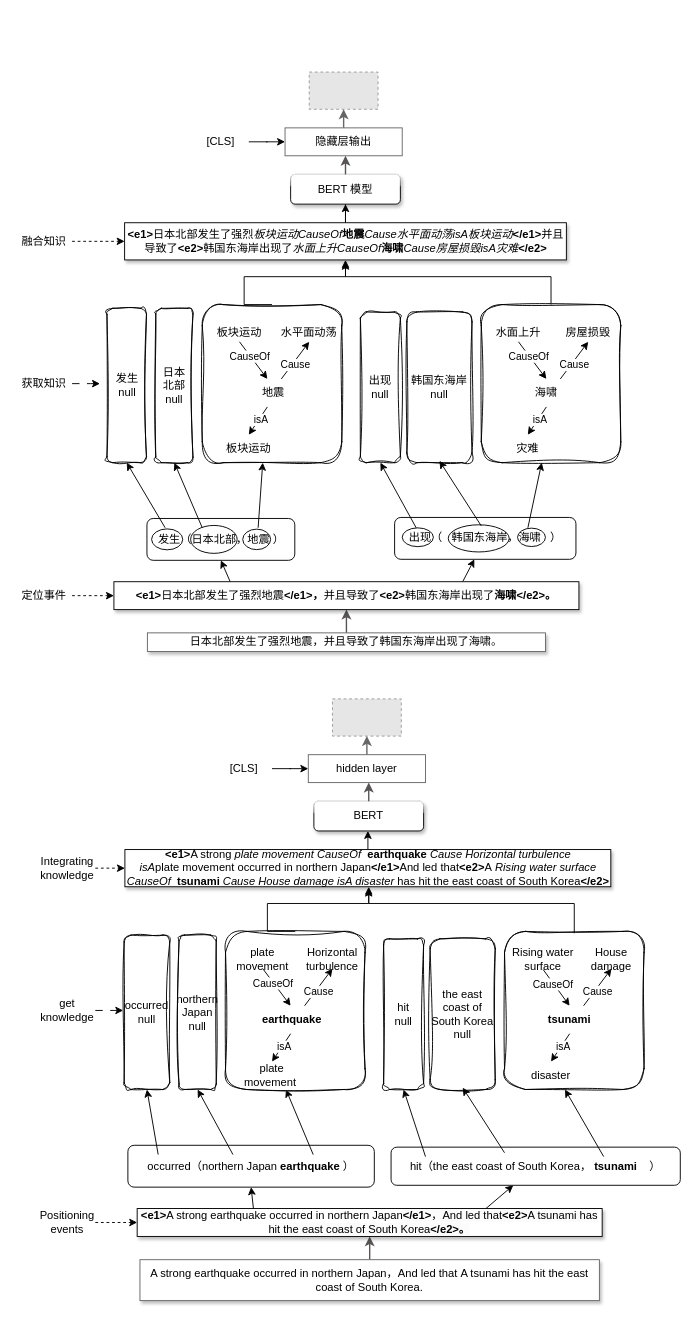
Before: page "模糊-知识集成" (7 of 17) of 2.drawio in JiaXinLI98/myProject, a draw.io diagram. Source tidied: cells renumbered, new cells numbered last; positions are measured from the earlier drawing's top-left corner, leaving out a move shared by most shapes. Both pictures are drawn from the tidied source at 93%, with x=0, y=0 at pixel (16, 72). Pictures stored in the file or linked from it are replaced by grey dashed boxes.
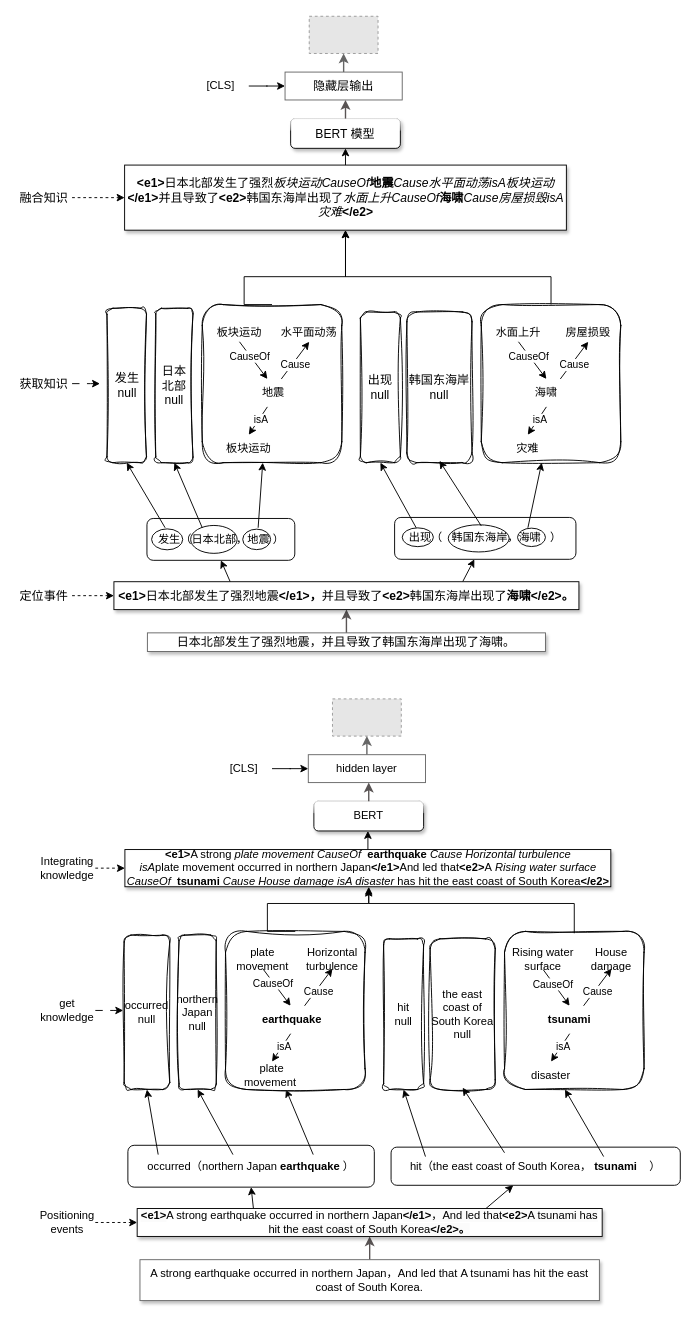
The same diagram, later.

Diff of the diagram source:
```diff
@@
-    <mxCell id="3" value="&lt;div&gt;日本北部发生了强烈地震，并且导致了韩国东海岸出现了海啸。&lt;/div&gt;" style="rounded=0;whiteSpace=wrap;html=1;shadow=1;strokeColor=#666666;labelBorderColor=none;" parent="1" vertex="1">
+    <mxCell id="3" value="&lt;div style=&quot;font-size: 13px;&quot;&gt;日本北部发生了强烈地震，并且导致了韩国东海岸出现了海啸。&lt;/div&gt;" style="rounded=0;whiteSpace=wrap;html=1;shadow=1;strokeColor=#666666;labelBorderColor=none;fontSize=13;" parent="1" vertex="1">
       <mxGeometry x="141" y="603" width="428" height="20" as="geometry" />
     </mxCell>
@@
-    <mxCell id="7" value="&lt;b&gt;&amp;lt;e1&amp;gt;&lt;/b&gt;日本北部发生了强烈地震&lt;b&gt;&amp;lt;/e1&amp;gt;，&lt;/b&gt;并且导致了&lt;b&gt;&amp;lt;e2&amp;gt;&lt;/b&gt;韩国东海岸出现了&lt;b style=&quot;&quot;&gt;海啸&lt;/b&gt;&lt;b&gt;&amp;lt;/e2&amp;gt;。&lt;/b&gt;" style="rounded=0;whiteSpace=wrap;html=1;shadow=1;labelBorderColor=none;" parent="1" vertex="1">
+    <mxCell id="7" value="&lt;b style=&quot;font-size: 13px;&quot;&gt;&amp;lt;e1&amp;gt;&lt;/b&gt;日本北部发生了强烈地震&lt;b style=&quot;font-size: 13px;&quot;&gt;&amp;lt;/e1&amp;gt;，&lt;/b&gt;并且导致了&lt;b style=&quot;font-size: 13px;&quot;&gt;&amp;lt;e2&amp;gt;&lt;/b&gt;韩国东海岸出现了&lt;b style=&quot;font-size: 13px;&quot;&gt;海啸&lt;/b&gt;&lt;b style=&quot;font-size: 13px;&quot;&gt;&amp;lt;/e2&amp;gt;。&lt;/b&gt;" style="rounded=0;whiteSpace=wrap;html=1;shadow=1;labelBorderColor=none;fontSize=13;" parent="1" vertex="1">
       <mxGeometry x="105" y="548" width="500" height="30" as="geometry" />
     </mxCell>
@@
-    <mxCell id="9" style="edgeStyle=orthogonalEdgeStyle;rounded=0;orthogonalLoop=1;jettySize=auto;html=1;entryX=0.5;entryY=1;entryDx=0;entryDy=0;exitX=0.5;exitY=0;exitDx=0;exitDy=0;" parent="1" edge="1">
+    <mxCell id="9" style="edgeStyle=orthogonalEdgeStyle;rounded=0;jettySize=auto;html=1;entryX=0.5;entryY=1;entryDx=0;entryDy=0;exitX=0.5;exitY=0;exitDx=0;exitDy=0;" parent="1" edge="1" target="23">
       <mxGeometry relative="1" as="geometry">
         <mxPoint x="575" y="252" as="sourcePoint" />
-        <mxPoint x="354" y="204" as="targetPoint" />
         <Array as="points">
           <mxPoint x="575" y="220" />
           <mxPoint x="354" y="220" />
         </Array>
       </mxGeometry>
     </mxCell>
-    <mxCell id="10" style="rounded=1;whiteSpace=wrap;html=1;sketch=1;curveFitting=1;jiggle=2;labelBorderColor=none;" parent="1" vertex="1">
+    <mxCell id="10" style="rounded=1;whiteSpace=wrap;html=1;sketch=1;curveFitting=1;jiggle=2;labelBorderColor=none;fontSize=13;" parent="1" vertex="1">
       <mxGeometry x="500" y="250" width="150" height="170" as="geometry" />
     </mxCell>
@@
-    <mxCell id="22" style="edgeStyle=orthogonalEdgeStyle;rounded=0;jettySize=auto;html=1;entryX=0.5;entryY=1;entryDx=0;entryDy=0;" parent="1" edge="1" source="23" target="24">
-      <mxGeometry relative="1" as="geometry" />
+    <mxCell id="22" style="edgeStyle=orthogonalEdgeStyle;rounded=0;jettySize=auto;html=1;entryX=0.5;entryY=1;entryDx=0;entryDy=0;" parent="1" edge="1" target="24">
+      <mxGeometry relative="1" as="geometry">
+        <mxPoint x="354" y="102" as="sourcePoint" />
+      </mxGeometry>
     </mxCell>
-    <mxCell id="23" value="&lt;b&gt;&amp;lt;e1&amp;gt;&lt;/b&gt;日本北部发生了强烈&lt;i&gt;板块运动CauseOf&lt;/i&gt;&lt;b style=&quot;&quot;&gt;地震&lt;/b&gt;&lt;i&gt;Cause水平面动荡isA板块运动&lt;/i&gt;&lt;b&gt;&amp;lt;/e1&amp;gt;&lt;/b&gt;并且导致了&lt;b&gt;&amp;lt;e2&amp;gt;&lt;/b&gt;韩国东海岸出现了&lt;i&gt;水面上升CauseOf&lt;/i&gt;&lt;b style=&quot;&quot;&gt;海啸&lt;/b&gt;&lt;i&gt;Cause房屋损毁isA灾难&lt;/i&gt;&lt;b&gt;&amp;lt;/e2&amp;gt;&lt;/b&gt;" style="rounded=0;whiteSpace=wrap;html=1;shadow=1;labelBorderColor=none;" parent="1" vertex="1">
-      <mxGeometry x="116.5" y="162" width="475" height="40" as="geometry" />
+    <mxCell id="23" value="&lt;font style=&quot;font-size: 13px;&quot;&gt;&lt;b style=&quot;font-size: 13px;&quot;&gt;&amp;lt;e1&amp;gt;&lt;/b&gt;日本北部发生了强烈&lt;i style=&quot;font-size: 13px;&quot;&gt;板块运动CauseOf&lt;/i&gt;&lt;b style=&quot;font-size: 13px;&quot;&gt;地震&lt;/b&gt;&lt;i style=&quot;font-size: 13px;&quot;&gt;Cause水平面动荡isA板块运动&lt;/i&gt;&lt;b style=&quot;font-size: 13px;&quot;&gt;&amp;lt;/e1&amp;gt;&lt;/b&gt;并且导致了&lt;b style=&quot;font-size: 13px;&quot;&gt;&amp;lt;e2&amp;gt;&lt;/b&gt;韩国东海岸出现了&lt;i style=&quot;font-size: 13px;&quot;&gt;水面上升CauseOf&lt;/i&gt;&lt;b style=&quot;font-size: 13px;&quot;&gt;海啸&lt;/b&gt;&lt;i style=&quot;font-size: 13px;&quot;&gt;Cause房屋损毁isA灾难&lt;/i&gt;&lt;b style=&quot;font-size: 13px;&quot;&gt;&amp;lt;/e2&amp;gt;&lt;/b&gt;&lt;/font&gt;" style="rounded=0;whiteSpace=wrap;html=1;shadow=1;labelBorderColor=none;fontSize=13;" parent="1" vertex="1">
+      <mxGeometry x="116.5" y="100" width="475" height="70" as="geometry" />
     </mxCell>
-    <mxCell id="24" value="BERT 模型" style="rounded=1;whiteSpace=wrap;html=1;glass=1;shadow=1;labelBorderColor=none;" parent="1" vertex="1">
-      <mxGeometry x="295" y="110" width="118" height="32" as="geometry" />
+    <mxCell id="24" value="BERT 模型" style="rounded=1;whiteSpace=wrap;html=1;glass=1;shadow=1;labelBorderColor=none;fontSize=13;" parent="1" vertex="1">
+      <mxGeometry x="295" y="50" width="118" height="32" as="geometry" />
     </mxCell>
     <mxCell id="25" style="fillColor=#E6E6E6;strokeColor=#999999;dashed=1;verticalLabelPosition=bottom;labelBackgroundColor=default;verticalAlign=top;" parent="1" vertex="1">
-      <mxGeometry x="315" width="74" height="40" as="geometry" />
+      <mxGeometry x="315" y="-60" width="74" height="40" as="geometry" />
     </mxCell>
     <mxCell id="26" style="edgeStyle=orthogonalEdgeStyle;rounded=0;orthogonalLoop=1;jettySize=auto;html=1;strokeWidth=1.5;strokeColor=#595454;labelBorderColor=none;" parent="1" edge="1">
       <mxGeometry relative="1" as="geometry">
-        <mxPoint x="354" y="110" as="sourcePoint" />
-        <mxPoint x="354" y="90" as="targetPoint" />
+        <mxPoint x="354" y="50" as="sourcePoint" />
+        <mxPoint x="354" y="30" as="targetPoint" />
       </mxGeometry>
     </mxCell>
@@
-    <mxCell id="28" value="隐藏层输出" style="rounded=0;whiteSpace=wrap;html=1;strokeColor=#666666;labelBorderColor=none;" parent="1" vertex="1">
-      <mxGeometry x="289" y="60" width="126" height="30" as="geometry" />
+    <mxCell id="28" value="隐藏层输出" style="rounded=0;whiteSpace=wrap;html=1;strokeColor=#666666;labelBorderColor=none;fontSize=13;" parent="1" vertex="1">
+      <mxGeometry x="289" width="126" height="30" as="geometry" />
     </mxCell>
@@
     <mxCell id="30" value="[CLS]" style="text;html=1;strokeColor=none;fillColor=none;align=center;verticalAlign=middle;whiteSpace=wrap;rounded=0;labelBorderColor=none;" parent="1" vertex="1">
-      <mxGeometry x="190" y="60" width="60" height="30" as="geometry" />
+      <mxGeometry x="190" width="60" height="30" as="geometry" />
     </mxCell>
@@
-    <mxCell id="32" value="定位事件" style="text;html=1;strokeColor=none;fillColor=none;align=center;verticalAlign=middle;whiteSpace=wrap;rounded=0;labelBorderColor=none;" parent="1" vertex="1">
+    <mxCell id="32" value="定位事件" style="text;html=1;strokeColor=none;fillColor=none;align=center;verticalAlign=middle;whiteSpace=wrap;rounded=0;labelBorderColor=none;fontSize=13;" parent="1" vertex="1">
       <mxGeometry y="548" width="60" height="30" as="geometry" />
     </mxCell>
@@
-    <mxCell id="34" value="获取知识" style="text;html=1;strokeColor=none;fillColor=none;align=center;verticalAlign=middle;whiteSpace=wrap;rounded=0;labelBorderColor=none;" parent="1" vertex="1">
+    <mxCell id="34" value="获取知识" style="text;html=1;strokeColor=none;fillColor=none;align=center;verticalAlign=middle;whiteSpace=wrap;rounded=0;labelBorderColor=none;fontSize=13;" parent="1" vertex="1">
       <mxGeometry y="320" width="60" height="30" as="geometry" />
     </mxCell>
@@
-    <mxCell id="36" value="融合知识" style="text;html=1;strokeColor=none;fillColor=none;align=center;verticalAlign=middle;whiteSpace=wrap;rounded=0;labelBorderColor=none;" parent="1" vertex="1">
-      <mxGeometry y="167" width="60" height="30" as="geometry" />
+    <mxCell id="36" value="融合知识" style="text;html=1;strokeColor=none;fillColor=none;align=center;verticalAlign=middle;whiteSpace=wrap;rounded=0;labelBorderColor=none;fontSize=13;" parent="1" vertex="1">
+      <mxGeometry y="120" width="60" height="30" as="geometry" />
     </mxCell>
@@
-    <mxCell id="47" value="韩国东海岸&lt;br&gt;null" style="rounded=1;whiteSpace=wrap;html=1;sketch=1;curveFitting=1;jiggle=2;labelBorderColor=none;" parent="1" vertex="1">
+    <mxCell id="47" value="韩国东海岸&lt;br style=&quot;font-size: 13px;&quot;&gt;null" style="rounded=1;whiteSpace=wrap;html=1;sketch=1;curveFitting=1;jiggle=2;labelBorderColor=none;fontSize=13;" parent="1" vertex="1">
       <mxGeometry x="420" y="258" width="70" height="162" as="geometry" />
     </mxCell>
-    <mxCell id="48" style="group;" parent="1" vertex="1">
+    <mxCell id="48" style="group;fontSize=13;" parent="1" vertex="1">
       <mxGeometry x="200" y="250" width="150" height="170" as="geometry" />
     </mxCell>
@@
-    <mxCell id="60" value="出现&lt;br&gt;null" style="rounded=1;whiteSpace=wrap;html=1;sketch=1;curveFitting=1;jiggle=2;labelBorderColor=none;" parent="1" vertex="1">
+    <mxCell id="60" value="出现&lt;br style=&quot;font-size: 13px;&quot;&gt;null" style="rounded=1;whiteSpace=wrap;html=1;sketch=1;curveFitting=1;jiggle=2;labelBorderColor=none;fontSize=13;" parent="1" vertex="1">
       <mxGeometry x="370" y="258" width="43" height="162" as="geometry" />
     </mxCell>
-    <mxCell id="61" value="日本&lt;br&gt;北部&lt;br&gt;null" style="rounded=1;whiteSpace=wrap;html=1;sketch=1;curveFitting=1;jiggle=2;labelBorderColor=none;" parent="1" vertex="1">
+    <mxCell id="61" value="日本&lt;br style=&quot;font-size: 13px;&quot;&gt;北部&lt;br style=&quot;font-size: 13px;&quot;&gt;null" style="rounded=1;whiteSpace=wrap;html=1;sketch=1;curveFitting=1;jiggle=2;labelBorderColor=none;fontSize=13;" parent="1" vertex="1">
       <mxGeometry x="150" y="254" width="40" height="166" as="geometry" />
     </mxCell>
-    <mxCell id="62" value="发生&lt;br&gt;null" style="rounded=1;whiteSpace=wrap;html=1;sketch=1;curveFitting=1;jiggle=2;labelBorderColor=none;" parent="1" vertex="1">
+    <mxCell id="62" value="发生&lt;br style=&quot;font-size: 13px;&quot;&gt;null" style="rounded=1;whiteSpace=wrap;html=1;sketch=1;curveFitting=1;jiggle=2;labelBorderColor=none;fontSize=13;" parent="1" vertex="1">
       <mxGeometry x="97.5" y="254" width="42.5" height="166" as="geometry" />
     </mxCell>
```
